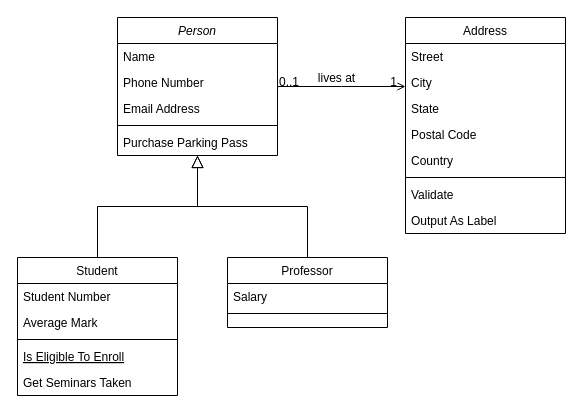
JoseMariaRuizDAM/PGL_JoseMa keeps this draw.io diagram as Untitled Diagram.drawio. Above is the earlier version. Source tidied: cells renumbered, new cells numbered last; positions are measured from the earlier drawing's top-left corner, leaving out a move shared by most shapes. Both pictures are drawn from the tidied source at 100%, with x=0, y=0 at pixel (17, 17).
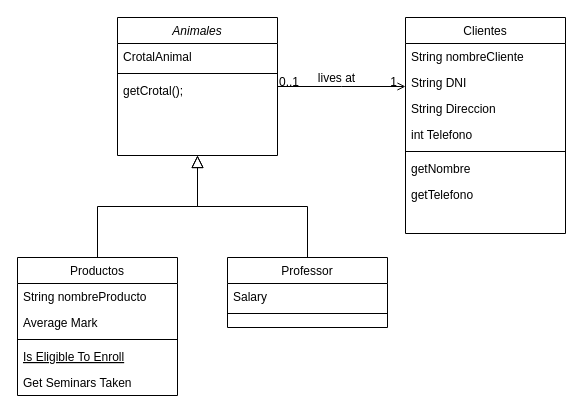
The same diagram, later.

Change to the diagram source:
```diff
@@
-    <mxCell id="2" value="Person" style="swimlane;fontStyle=2;align=center;verticalAlign=top;horizontal=1;startSize=26;rounded=0;shadow=0;strokeWidth=1;" parent="1" vertex="1">
+    <mxCell id="2" value="Animales" style="swimlane;fontStyle=2;align=center;verticalAlign=top;horizontal=1;startSize=26;rounded=0;shadow=0;strokeWidth=1;" parent="1" vertex="1">
       <mxGeometry x="100" width="160" height="138" as="geometry" />
     </mxCell>
-    <mxCell id="3" value="Name" style="text;align=left;verticalAlign=top;spacingLeft=4;spacingRight=4;overflow=hidden;" parent="2" vertex="1">
-      <mxGeometry y="26" width="160" height="26" as="geometry" />
-    </mxCell>
-    <mxCell id="4" value="Phone Number" style="text;align=left;verticalAlign=top;spacingLeft=4;spacingRight=4;overflow=hidden;rounded=0;shadow=0;html=0;" parent="2" vertex="1">
-      <mxGeometry y="52" width="160" height="26" as="geometry" />
+    <mxCell id="4" value="CrotalAnimal" style="text;align=left;verticalAlign=top;spacingLeft=4;spacingRight=4;overflow=hidden;rounded=0;shadow=0;html=0;" parent="2" vertex="1">
+      <mxGeometry y="26" width="160" height="26" as="geometry" />
     </mxCell>
-    <mxCell id="5" value="Email Address" style="text;align=left;verticalAlign=top;spacingLeft=4;spacingRight=4;overflow=hidden;rounded=0;shadow=0;html=0;" parent="2" vertex="1">
-      <mxGeometry y="78" width="160" height="26" as="geometry" />
-    </mxCell>
     <mxCell id="6" style="line;html=1;strokeWidth=1;align=left;verticalAlign=middle;spacingTop=-1;spacingLeft=3;spacingRight=3;labelPosition=right;" parent="2" vertex="1">
-      <mxGeometry y="104" width="160" height="8" as="geometry" />
+      <mxGeometry y="52" width="160" height="8" as="geometry" />
     </mxCell>
-    <mxCell id="7" value="Purchase Parking Pass" style="text;align=left;verticalAlign=top;spacingLeft=4;spacingRight=4;overflow=hidden;" parent="2" vertex="1">
-      <mxGeometry y="112" width="160" height="26" as="geometry" />
+    <mxCell id="7" value="getCrotal();" style="text;align=left;verticalAlign=top;spacingLeft=4;spacingRight=4;overflow=hidden;" parent="2" vertex="1">
+      <mxGeometry y="60" width="160" height="26" as="geometry" />
     </mxCell>
-    <mxCell id="8" value="Student" style="swimlane;fontStyle=0;align=center;verticalAlign=top;horizontal=1;startSize=26;rounded=0;shadow=0;strokeWidth=1;" parent="1" vertex="1">
+    <mxCell id="8" value="Productos" style="swimlane;fontStyle=0;align=center;verticalAlign=top;horizontal=1;startSize=26;rounded=0;shadow=0;strokeWidth=1;" parent="1" vertex="1">
       <mxGeometry y="240" width="160" height="138" as="geometry" />
     </mxCell>
-    <mxCell id="9" value="Student Number" style="text;align=left;verticalAlign=top;spacingLeft=4;spacingRight=4;overflow=hidden;" parent="8" vertex="1">
+    <mxCell id="9" value="String nombreProducto" style="text;align=left;verticalAlign=top;spacingLeft=4;spacingRight=4;overflow=hidden;" parent="8" vertex="1">
       <mxGeometry y="26" width="160" height="26" as="geometry" />
     </mxCell>
@@
-    <mxCell id="19" value="Address" style="swimlane;fontStyle=0;align=center;verticalAlign=top;horizontal=1;startSize=26;rounded=0;shadow=0;strokeWidth=1;" parent="1" vertex="1">
+    <mxCell id="19" value="Clientes" style="swimlane;fontStyle=0;align=center;verticalAlign=top;horizontal=1;startSize=26;rounded=0;shadow=0;strokeWidth=1;" parent="1" vertex="1">
       <mxGeometry x="388" width="160" height="216" as="geometry" />
     </mxCell>
-    <mxCell id="20" value="Street" style="text;align=left;verticalAlign=top;spacingLeft=4;spacingRight=4;overflow=hidden;" parent="19" vertex="1">
+    <mxCell id="20" value="String nombreCliente" style="text;align=left;verticalAlign=top;spacingLeft=4;spacingRight=4;overflow=hidden;" parent="19" vertex="1">
       <mxGeometry y="26" width="160" height="26" as="geometry" />
     </mxCell>
-    <mxCell id="21" value="City" style="text;align=left;verticalAlign=top;spacingLeft=4;spacingRight=4;overflow=hidden;rounded=0;shadow=0;html=0;" parent="19" vertex="1">
+    <mxCell id="21" value="String DNI" style="text;align=left;verticalAlign=top;spacingLeft=4;spacingRight=4;overflow=hidden;rounded=0;shadow=0;html=0;" parent="19" vertex="1">
       <mxGeometry y="52" width="160" height="26" as="geometry" />
     </mxCell>
-    <mxCell id="22" value="State" style="text;align=left;verticalAlign=top;spacingLeft=4;spacingRight=4;overflow=hidden;rounded=0;shadow=0;html=0;" parent="19" vertex="1">
+    <mxCell id="22" value="String Direccion" style="text;align=left;verticalAlign=top;spacingLeft=4;spacingRight=4;overflow=hidden;rounded=0;shadow=0;html=0;" parent="19" vertex="1">
       <mxGeometry y="78" width="160" height="26" as="geometry" />
     </mxCell>
-    <mxCell id="23" value="Postal Code" style="text;align=left;verticalAlign=top;spacingLeft=4;spacingRight=4;overflow=hidden;rounded=0;shadow=0;html=0;" parent="19" vertex="1">
-      <mxGeometry y="104" width="160" height="26" as="geometry" />
-    </mxCell>
-    <mxCell id="24" value="Country" style="text;align=left;verticalAlign=top;spacingLeft=4;spacingRight=4;overflow=hidden;rounded=0;shadow=0;html=0;" parent="19" vertex="1">
-      <mxGeometry y="130" width="160" height="26" as="geometry" />
-    </mxCell>
+    <mxCell id="32" value="int Telefono" style="text;align=left;verticalAlign=top;spacingLeft=4;spacingRight=4;overflow=hidden;rounded=0;shadow=0;html=0;" parent="19" vertex="1">
+      <mxGeometry y="104" width="160" height="26" as="geometry" />
+    </mxCell>
     <mxCell id="25" style="line;html=1;strokeWidth=1;align=left;verticalAlign=middle;spacingTop=-1;spacingLeft=3;spacingRight=3;labelPosition=right;" parent="19" vertex="1">
-      <mxGeometry y="156" width="160" height="8" as="geometry" />
+      <mxGeometry y="130" width="160" height="8" as="geometry" />
     </mxCell>
-    <mxCell id="26" value="Validate" style="text;align=left;verticalAlign=top;spacingLeft=4;spacingRight=4;overflow=hidden;" parent="19" vertex="1">
-      <mxGeometry y="164" width="160" height="26" as="geometry" />
+    <mxCell id="26" value="getNombre" style="text;align=left;verticalAlign=top;spacingLeft=4;spacingRight=4;overflow=hidden;" parent="19" vertex="1">
+      <mxGeometry y="138" width="160" height="26" as="geometry" />
     </mxCell>
-    <mxCell id="27" value="Output As Label" style="text;align=left;verticalAlign=top;spacingLeft=4;spacingRight=4;overflow=hidden;" parent="19" vertex="1">
-      <mxGeometry y="190" width="160" height="26" as="geometry" />
+    <mxCell id="27" value="getTelefono&#10;" style="text;align=left;verticalAlign=top;spacingLeft=4;spacingRight=4;overflow=hidden;" parent="19" vertex="1">
+      <mxGeometry y="164" width="160" height="26" as="geometry" />
     </mxCell>
```
